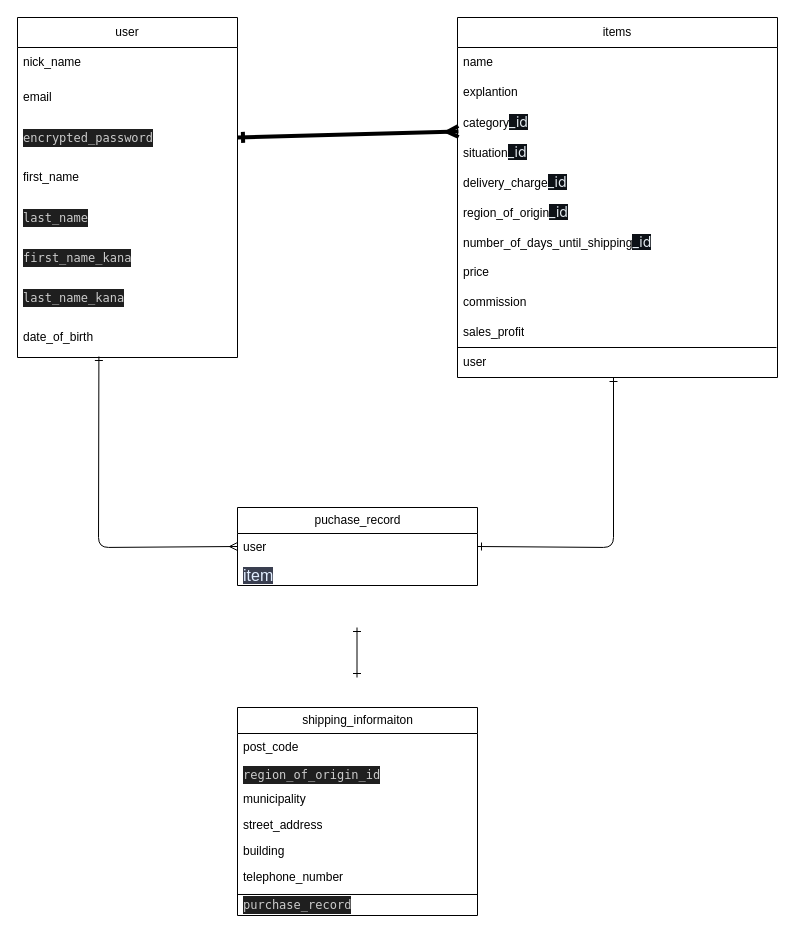
Above: furima.dio in Ryuuichiro07/furima-40395 (draw.io), before the change. Source tidied: cells renumbered, new cells numbered last; positions are measured from the earlier drawing's top-left corner, leaving out a move shared by most shapes. Both pictures are drawn from the tidied source at 100%, with x=0, y=0 at pixel (17, 17).
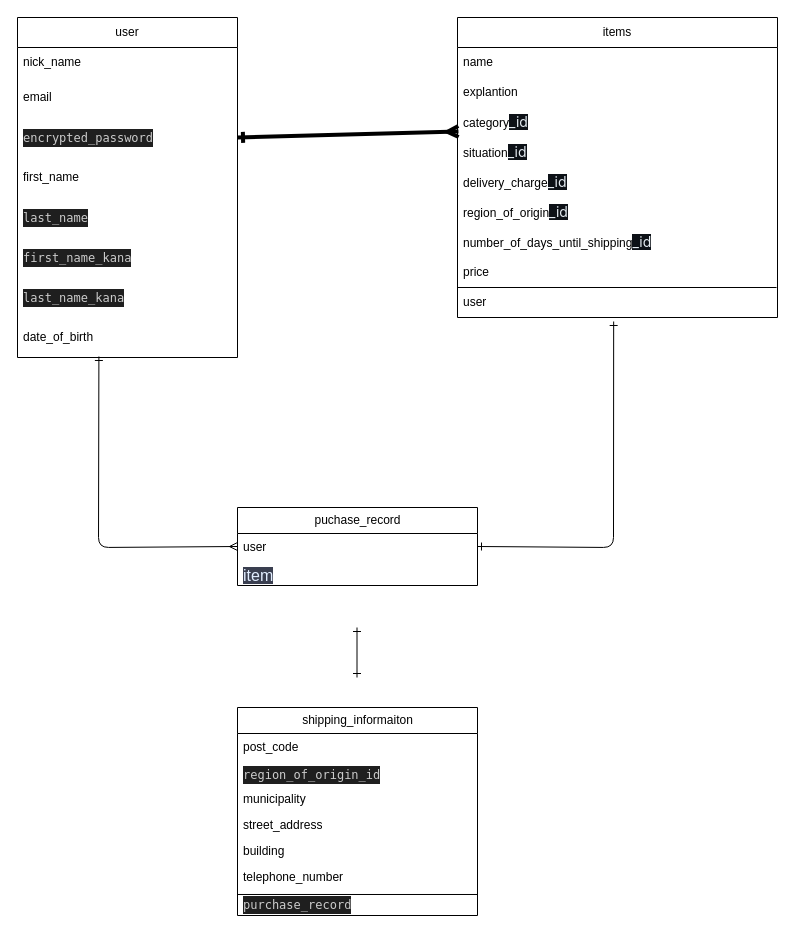
Above is the later version.

The change refers to these unchanged cells:
```xml
<mxCell id="26" value="user" style="text;strokeColor=none;fillColor=none;align=left;verticalAlign=top;spacingLeft=4;spacingRight=4;overflow=hidden;points=[[0,0.5],[1,0.5]];portConstraint=eastwest;whiteSpace=wrap;html=1;" parent="25" vertex="1">
  <mxGeometry y="26" width="240" height="26" as="geometry" />
</mxCell>
```

What changed in the source:
```diff
@@
     <mxCell id="11" value="items" style="swimlane;fontStyle=0;horizontal=1;startSize=30;whiteSpace=wrap;html=1;" parent="1" vertex="1">
-      <mxGeometry x="440" width="320" height="360" as="geometry" />
+      <mxGeometry x="440" width="320" height="300" as="geometry" />
     </mxCell>
@@
-    <mxCell id="20" value="commission" style="text;strokeColor=none;fillColor=none;align=left;verticalAlign=middle;spacingLeft=4;spacingRight=4;overflow=hidden;whiteSpace=wrap;html=1;" parent="11" vertex="1">
-      <mxGeometry y="270" width="320" height="30" as="geometry" />
-    </mxCell>
-    <mxCell id="21" value="sales_profit" style="text;strokeColor=none;fillColor=none;align=left;verticalAlign=middle;spacingLeft=4;spacingRight=4;overflow=hidden;whiteSpace=wrap;html=1;" parent="11" vertex="1">
-      <mxGeometry y="300" width="320" height="30" as="geometry" />
-    </mxCell>
     <mxCell id="22" value="user" style="text;strokeColor=none;fillColor=none;align=left;verticalAlign=middle;spacingLeft=4;spacingRight=4;overflow=hidden;points=[[0,0.5],[1,0.5]];portConstraint=eastwest;whiteSpace=wrap;html=1;" parent="11" vertex="1">
-      <mxGeometry y="330" width="320" height="30" as="geometry" />
+      <mxGeometry y="270" width="320" height="30" as="geometry" />
     </mxCell>
@@
-    <mxCell id="38" style="edgeStyle=none;html=1;exitX=1;exitY=0.5;exitDx=0;exitDy=0;startArrow=ERone;startFill=0;endArrow=ERone;endFill=0;" parent="1" edge="1" source="26">
+    <mxCell id="38" style="edgeStyle=none;html=1;exitX=1;exitY=0.5;exitDx=0;exitDy=0;startArrow=ERone;startFill=0;endArrow=ERone;endFill=0;entryX=0.488;entryY=1.133;entryDx=0;entryDy=0;entryPerimeter=0;" parent="1" edge="1" source="26" target="22">
       <mxGeometry relative="1" as="geometry">
-        <mxPoint x="596" y="360" as="targetPoint" />
         <Array as="points">
           <mxPoint x="596" y="530" />
         </Array>
       </mxGeometry>
     </mxCell>
```
